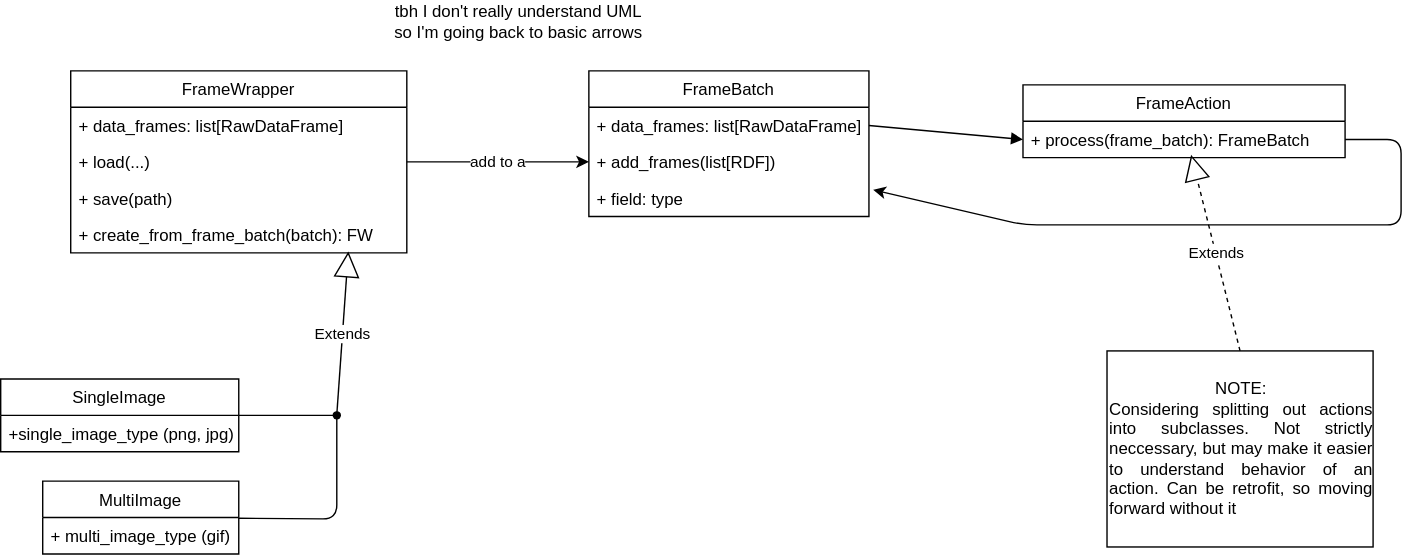
whale-net/giford keeps this draw.io diagram as diagrams/giford_architecture.drawio.svg. Above is the earlier version. Source tidied: cells renumbered, new cells last; positions are measured from the earlier drawing's top-left corner, leaving out a move shared by most shapes.
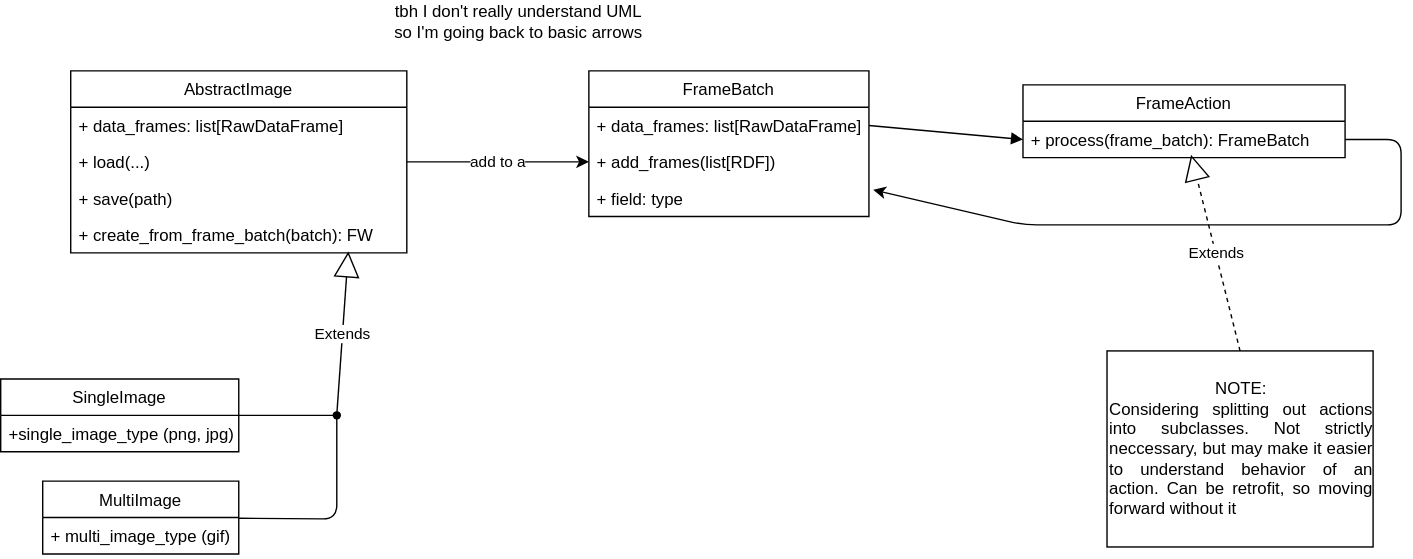
Later version of the same file.

Change to the diagram source:
```diff
@@ -2,7 +2,7 @@
   <root>
     <mxCell id="0" />
     <mxCell id="1" parent="0" />
-    <mxCell id="2" value="FrameWrapper" style="swimlane;fontStyle=0;horizontal=1;startSize=26;fillColor=none;" parent="1" vertex="1">
+    <mxCell id="2" value="AbstractImage" style="swimlane;fontStyle=0;horizontal=1;startSize=26;fillColor=none;" parent="1" vertex="1">
       <mxGeometry x="50" y="50" width="240" height="130" as="geometry" />
     </mxCell>
     <mxCell id="3" value="+ data_frames: list[RawDataFrame]" style="text;strokeColor=none;fillColor=none;align=left;verticalAlign=top;spacingLeft=4;spacingRight=4;overflow=hidden;" parent="2" vertex="1">
```
